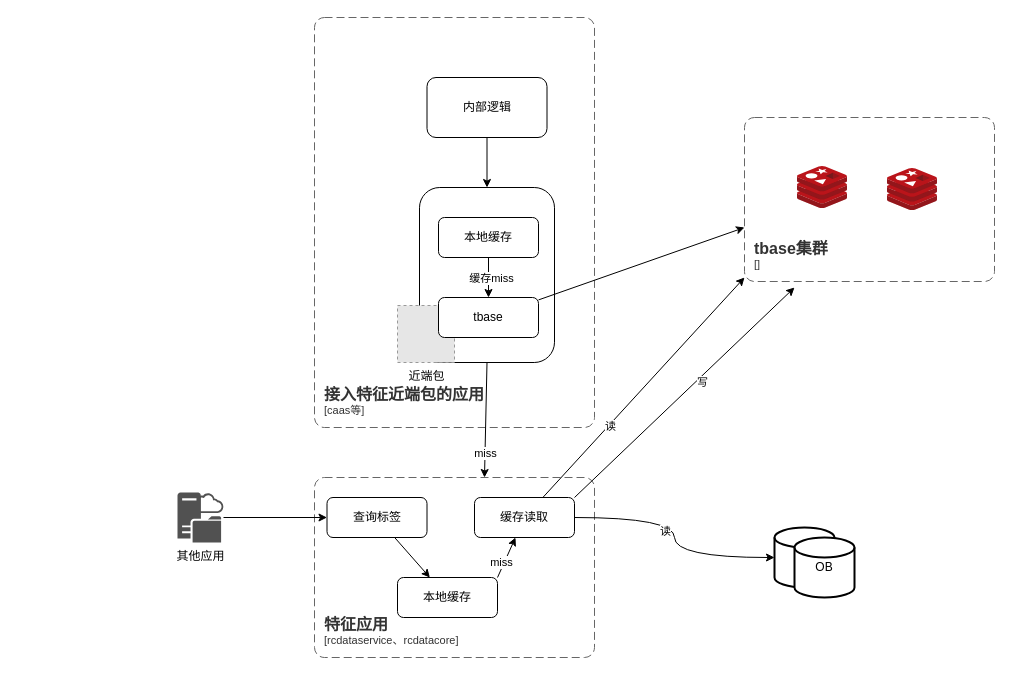
LiYeLin/fruitSellerClient keeps this draw.io diagram as doc/draw/未命名绘图.drawio. Above is the earlier version. Source tidied: cells renumbered, new cells numbered last; positions are measured from the earlier drawing's top-left corner, leaving out a move shared by most shapes. Both pictures are drawn from the tidied source at 100%, with x=0, y=0 at pixel (177, 17). Pictures stored in the file or linked from it are replaced by grey dashed boxes.
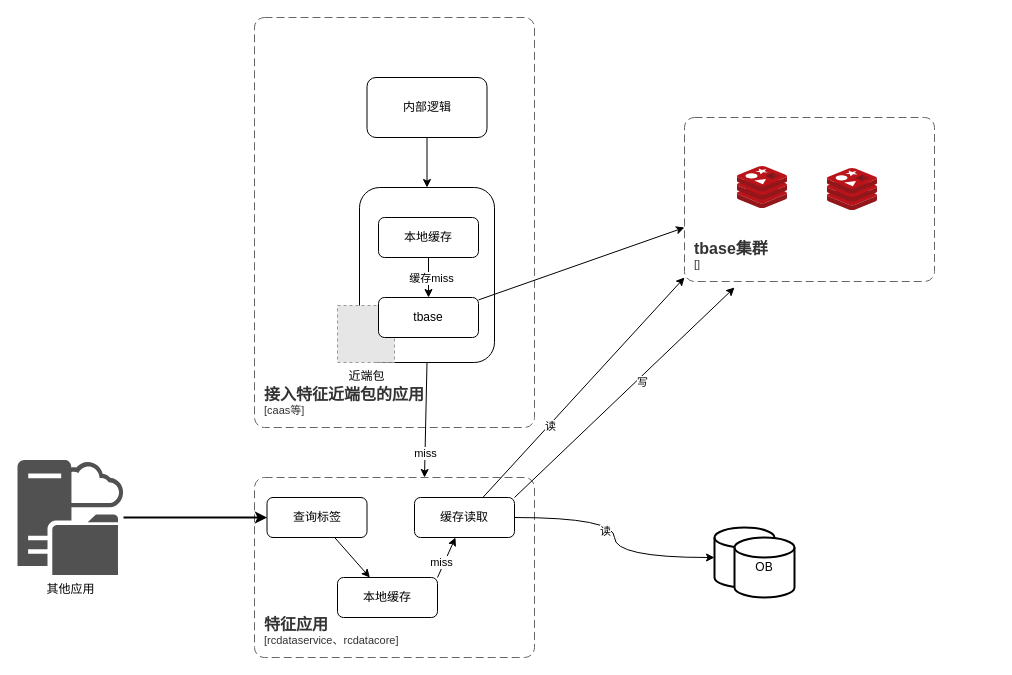
Above is the later version.

Commit message:
更新未命名绘图.drawio

The change refers to these unchanged cells:
```xml
<mxCell id="25" style="strokeWidth=2;html=1;shape=mxgraph.flowchart.database;whiteSpace=wrap;" parent="24" vertex="1">
  <mxGeometry width="60" height="60" as="geometry" />
</mxCell>
```

What changed in the source:
```diff
@@
+    <mxCell id="36" style="group;" parent="1" vertex="1">
+      <mxGeometry x="-160" width="917" height="640" as="geometry" />
+    </mxCell>
     <object id="2" label="&lt;font style=&quot;font-size: 16px&quot;&gt;&lt;b&gt;&lt;div style=&quot;text-align: left&quot;&gt;%c4Name%&lt;/div&gt;&lt;/b&gt;&lt;/font&gt;&lt;div style=&quot;text-align: left&quot;&gt;[%c4Application%]&lt;/div&gt;" c4Application="caas等" c4Name="接入特征近端包的应用" placeholders="1">
-      <mxCell style="rounded=1;fontSize=11;whiteSpace=wrap;html=1;dashed=1;arcSize=20;fillColor=none;strokeColor=#666666;fontColor=#333333;labelBackgroundColor=none;align=left;verticalAlign=bottom;labelBorderColor=none;spacingTop=0;spacing=10;dashPattern=8 4;perimeter=rectanglePerimeter;noLabel=0;labelPadding=0;absoluteArcSize=1;" parent="1" vertex="1">
-        <mxGeometry x="137" width="280" height="410" as="geometry" />
+      <mxCell style="rounded=1;fontSize=11;whiteSpace=wrap;html=1;dashed=1;arcSize=20;fillColor=none;strokeColor=#666666;fontColor=#333333;labelBackgroundColor=none;align=left;verticalAlign=bottom;labelBorderColor=none;spacingTop=0;spacing=10;dashPattern=8 4;perimeter=rectanglePerimeter;noLabel=0;labelPadding=0;absoluteArcSize=1;" parent="36" vertex="1">
+        <mxGeometry x="237" width="280" height="410" as="geometry" />
       </mxCell>
     </object>
-    <mxCell id="3" style="edgeStyle=orthogonalEdgeStyle;rounded=0;jettySize=auto;html=1;" parent="1" edge="1" source="4" target="5">
-      <mxGeometry relative="1" as="geometry" />
-    </mxCell>
-    <mxCell id="4" value="内部逻辑" style="rounded=1;whiteSpace=wrap;html=1;" parent="1" vertex="1">
-      <mxGeometry x="249.5" y="60" width="120" height="60" as="geometry" />
+    <mxCell id="4" value="内部逻辑" style="rounded=1;whiteSpace=wrap;html=1;" parent="36" vertex="1">
+      <mxGeometry x="349.5" y="60" width="120" height="60" as="geometry" />
     </mxCell>
-    <mxCell id="5" style="rounded=1;whiteSpace=wrap;html=1;" parent="1" vertex="1">
-      <mxGeometry x="242" y="170" width="135" height="175" as="geometry" />
+    <mxCell id="5" style="rounded=1;whiteSpace=wrap;html=1;" parent="36" vertex="1">
+      <mxGeometry x="342" y="170" width="135" height="175" as="geometry" />
     </mxCell>
+    <mxCell id="3" style="edgeStyle=orthogonalEdgeStyle;rounded=0;jettySize=auto;html=1;" parent="36" edge="1" source="4" target="5">
+      <mxGeometry relative="1" as="geometry" />
+    </mxCell>
-    <mxCell id="6" value="近端包" style="fillColor=#E6E6E6;strokeColor=#999999;dashed=1;html=1;verticalAlign=top;verticalLabelPosition=bottom;labelBackgroundColor=#ffffff;" parent="1" vertex="1">
-      <mxGeometry x="220" y="288" width="57" height="57" as="geometry" />
+    <mxCell id="6" value="近端包" style="fillColor=#E6E6E6;strokeColor=#999999;dashed=1;html=1;verticalAlign=top;verticalLabelPosition=bottom;labelBackgroundColor=#ffffff;" parent="36" vertex="1">
+      <mxGeometry x="320" y="288" width="57" height="57" as="geometry" />
     </mxCell>
-    <mxCell id="7" style="edgeStyle=orthogonalEdgeStyle;rounded=0;jettySize=auto;html=1;entryX=0.5;entryY=0;entryDx=0;entryDy=0;" parent="1" edge="1" source="9" target="11">
-      <mxGeometry relative="1" as="geometry" />
-    </mxCell>
-    <mxCell id="8" value="缓存miss" style="edgeLabel;html=1;align=center;verticalAlign=middle;" parent="7" vertex="1">
-      <mxGeometry x="0.01" y="2" relative="1" as="geometry" />
-    </mxCell>
-    <mxCell id="9" value="本地缓存" style="rounded=1;whiteSpace=wrap;html=1;" parent="1" vertex="1">
-      <mxGeometry x="261" y="200" width="100" height="40" as="geometry" />
+    <mxCell id="9" value="本地缓存" style="rounded=1;whiteSpace=wrap;html=1;" parent="36" vertex="1">
+      <mxGeometry x="361" y="200" width="100" height="40" as="geometry" />
     </mxCell>
-    <mxCell id="10" style="rounded=0;jettySize=auto;html=1;" parent="1" edge="1" source="11">
+    <mxCell id="10" style="rounded=0;jettySize=auto;html=1;" parent="36" edge="1" source="11">
       <mxGeometry relative="1" as="geometry">
-        <mxPoint x="567" y="210" as="targetPoint" />
+        <mxPoint x="667" y="210" as="targetPoint" />
       </mxGeometry>
     </mxCell>
-    <mxCell id="11" value="tbase" style="rounded=1;whiteSpace=wrap;html=1;" parent="1" vertex="1">
-      <mxGeometry x="261" y="280" width="100" height="40" as="geometry" />
+    <mxCell id="11" value="tbase" style="rounded=1;whiteSpace=wrap;html=1;" parent="36" vertex="1">
+      <mxGeometry x="361" y="280" width="100" height="40" as="geometry" />
     </mxCell>
+    <mxCell id="7" style="edgeStyle=orthogonalEdgeStyle;rounded=0;jettySize=auto;html=1;entryX=0.5;entryY=0;entryDx=0;entryDy=0;" parent="36" edge="1" source="9" target="11">
+      <mxGeometry relative="1" as="geometry" />
+    </mxCell>
+    <mxCell id="8" value="缓存miss" style="edgeLabel;html=1;align=center;verticalAlign=middle;" parent="7" vertex="1">
+      <mxGeometry x="0.01" y="2" relative="1" as="geometry" />
+    </mxCell>
     <object id="12" label="&lt;font style=&quot;font-size: 16px&quot;&gt;&lt;b&gt;&lt;div style=&quot;text-align: left&quot;&gt;%c4Name%&lt;/div&gt;&lt;/b&gt;&lt;/font&gt;&lt;div style=&quot;text-align: left&quot;&gt;[%c4Application%]&lt;/div&gt;" c4Application="rcdataservice、rcdatacore" c4Name="特征应用" placeholders="1">
-      <mxCell style="rounded=1;fontSize=11;whiteSpace=wrap;html=1;dashed=1;arcSize=20;fillColor=none;strokeColor=#666666;fontColor=#333333;labelBackgroundColor=none;align=left;verticalAlign=bottom;labelBorderColor=none;spacingTop=0;spacing=10;dashPattern=8 4;perimeter=rectanglePerimeter;noLabel=0;labelPadding=0;absoluteArcSize=1;" parent="1" vertex="1">
-        <mxGeometry x="137" y="460" width="280" height="180" as="geometry" />
+      <mxCell style="rounded=1;fontSize=11;whiteSpace=wrap;html=1;dashed=1;arcSize=20;fillColor=none;strokeColor=#666666;fontColor=#333333;labelBackgroundColor=none;align=left;verticalAlign=bottom;labelBorderColor=none;spacingTop=0;spacing=10;dashPattern=8 4;perimeter=rectanglePerimeter;noLabel=0;labelPadding=0;absoluteArcSize=1;" parent="36" vertex="1">
+        <mxGeometry x="237" y="460" width="280" height="180" as="geometry" />
       </mxCell>
     </object>
-    <mxCell id="13" style="rounded=0;jettySize=auto;html=1;exitX=1;exitY=0;exitDx=0;exitDy=0;" parent="1" edge="1" source="15" target="33">
-      <mxGeometry relative="1" as="geometry" />
-    </mxCell>
-    <mxCell id="14" value="miss" style="edgeLabel;html=1;align=center;verticalAlign=middle;" parent="13" vertex="1">
-      <mxGeometry x="-0.27" y="3" relative="1" as="geometry" />
-    </mxCell>
-    <mxCell id="15" value="本地缓存" style="rounded=1;whiteSpace=wrap;html=1;" parent="1" vertex="1">
-      <mxGeometry x="220" y="560" width="100" height="40" as="geometry" />
+    <mxCell id="15" value="本地缓存" style="rounded=1;whiteSpace=wrap;html=1;" parent="36" vertex="1">
+      <mxGeometry x="320" y="560" width="100" height="40" as="geometry" />
     </mxCell>
-    <mxCell id="16" style="rounded=0;jettySize=auto;html=1;" parent="1" edge="1" source="17" target="15">
+    <mxCell id="16" style="rounded=0;jettySize=auto;html=1;" parent="36" edge="1" source="17" target="15">
       <mxGeometry relative="1" as="geometry" />
     </mxCell>
-    <mxCell id="17" value="查询标签" style="rounded=1;whiteSpace=wrap;html=1;" parent="1" vertex="1">
-      <mxGeometry x="149.5" y="480" width="100" height="40" as="geometry" />
+    <mxCell id="17" value="查询标签" style="rounded=1;whiteSpace=wrap;html=1;" parent="36" vertex="1">
+      <mxGeometry x="249.5" y="480" width="100" height="40" as="geometry" />
     </mxCell>
-    <mxCell id="18" style="group;" parent="1" vertex="1">
-      <mxGeometry x="567" y="100" width="250" height="164" as="geometry" />
+    <mxCell id="18" style="group;" parent="36" vertex="1">
+      <mxGeometry x="667" y="100" width="250" height="164" as="geometry" />
     </mxCell>
@@
-    <mxCell id="22" style="rounded=0;jettySize=auto;html=1;exitX=1;exitY=0;exitDx=0;exitDy=0;" parent="1" edge="1" source="33">
+    <mxCell id="22" style="rounded=0;jettySize=auto;html=1;exitX=1;exitY=0;exitDx=0;exitDy=0;" parent="36" edge="1" source="33">
       <mxGeometry relative="1" as="geometry">
-        <mxPoint x="617" y="270" as="targetPoint" />
+        <mxPoint x="717" y="270" as="targetPoint" />
       </mxGeometry>
     </mxCell>
@@
-    <mxCell id="24" style="group;" parent="1" vertex="1">
-      <mxGeometry x="597" y="510" width="80" height="70" as="geometry" />
+    <mxCell id="24" style="group;" parent="36" vertex="1">
+      <mxGeometry x="697" y="510" width="80" height="70" as="geometry" />
     </mxCell>
@@
-    <mxCell id="27" style="edgeStyle=none;jettySize=auto;html=1;rounded=0;exitX=0.5;exitY=1;exitDx=0;exitDy=0;" parent="1" edge="1" source="5">
+    <mxCell id="27" style="edgeStyle=none;jettySize=auto;html=1;rounded=0;exitX=0.5;exitY=1;exitDx=0;exitDy=0;" parent="36" edge="1" source="5">
       <mxGeometry relative="1" as="geometry">
-        <mxPoint x="307" y="460" as="targetPoint" />
+        <mxPoint x="407" y="460" as="targetPoint" />
       </mxGeometry>
     </mxCell>
@@
-    <mxCell id="29" style="rounded=0;jettySize=auto;html=1;" parent="1" edge="1" source="33">
+    <mxCell id="29" style="rounded=0;jettySize=auto;html=1;" parent="36" edge="1" source="33">
       <mxGeometry relative="1" as="geometry">
-        <mxPoint x="567" y="260" as="targetPoint" />
+        <mxPoint x="667" y="260" as="targetPoint" />
       </mxGeometry>
     </mxCell>
@@
-    <mxCell id="31" style="edgeStyle=orthogonalEdgeStyle;rounded=0;jettySize=auto;html=1;curved=1;" parent="1" edge="1" source="33" target="25">
+    <mxCell id="31" style="edgeStyle=orthogonalEdgeStyle;rounded=0;jettySize=auto;html=1;curved=1;" parent="36" edge="1" source="33" target="25">
       <mxGeometry relative="1" as="geometry" />
     </mxCell>
@@
-    <mxCell id="33" value="缓存读取" style="rounded=1;whiteSpace=wrap;html=1;" parent="1" vertex="1">
-      <mxGeometry x="297" y="480" width="100" height="40" as="geometry" />
+    <mxCell id="33" value="缓存读取" style="rounded=1;whiteSpace=wrap;html=1;" parent="36" vertex="1">
+      <mxGeometry x="397" y="480" width="100" height="40" as="geometry" />
     </mxCell>
+    <mxCell id="13" style="rounded=0;jettySize=auto;html=1;exitX=1;exitY=0;exitDx=0;exitDy=0;" parent="36" edge="1" source="15" target="33">
+      <mxGeometry relative="1" as="geometry" />
+    </mxCell>
+    <mxCell id="14" value="miss" style="edgeLabel;html=1;align=center;verticalAlign=middle;" parent="13" vertex="1">
+      <mxGeometry x="-0.27" y="3" relative="1" as="geometry" />
+    </mxCell>
-    <mxCell id="34" style="edgeStyle=orthogonalEdgeStyle;rounded=0;jettySize=auto;html=1;" parent="1" edge="1" source="35" target="17">
+    <mxCell id="34" style="edgeStyle=orthogonalEdgeStyle;rounded=0;jettySize=auto;html=1;strokeWidth=2;" parent="36" edge="1" source="35" target="17">
       <mxGeometry relative="1" as="geometry" />
     </mxCell>
-    <mxCell id="35" value="其他应用" style="sketch=0;shadow=0;dashed=0;html=1;strokeColor=none;labelPosition=center;verticalLabelPosition=bottom;verticalAlign=top;align=center;fillColor=#515151;shape=mxgraph.mscae.system_center.cloud_distribution_point;" parent="1" vertex="1">
-      <mxGeometry y="475" width="46" height="50" as="geometry" />
+    <mxCell id="35" value="其他应用" style="sketch=0;shadow=0;dashed=0;html=1;strokeColor=none;labelPosition=center;verticalLabelPosition=bottom;verticalAlign=top;align=center;fillColor=#515151;shape=mxgraph.mscae.system_center.cloud_distribution_point;" parent="36" vertex="1">
+      <mxGeometry y="442.5" width="106" height="115" as="geometry" />
     </mxCell>
```
